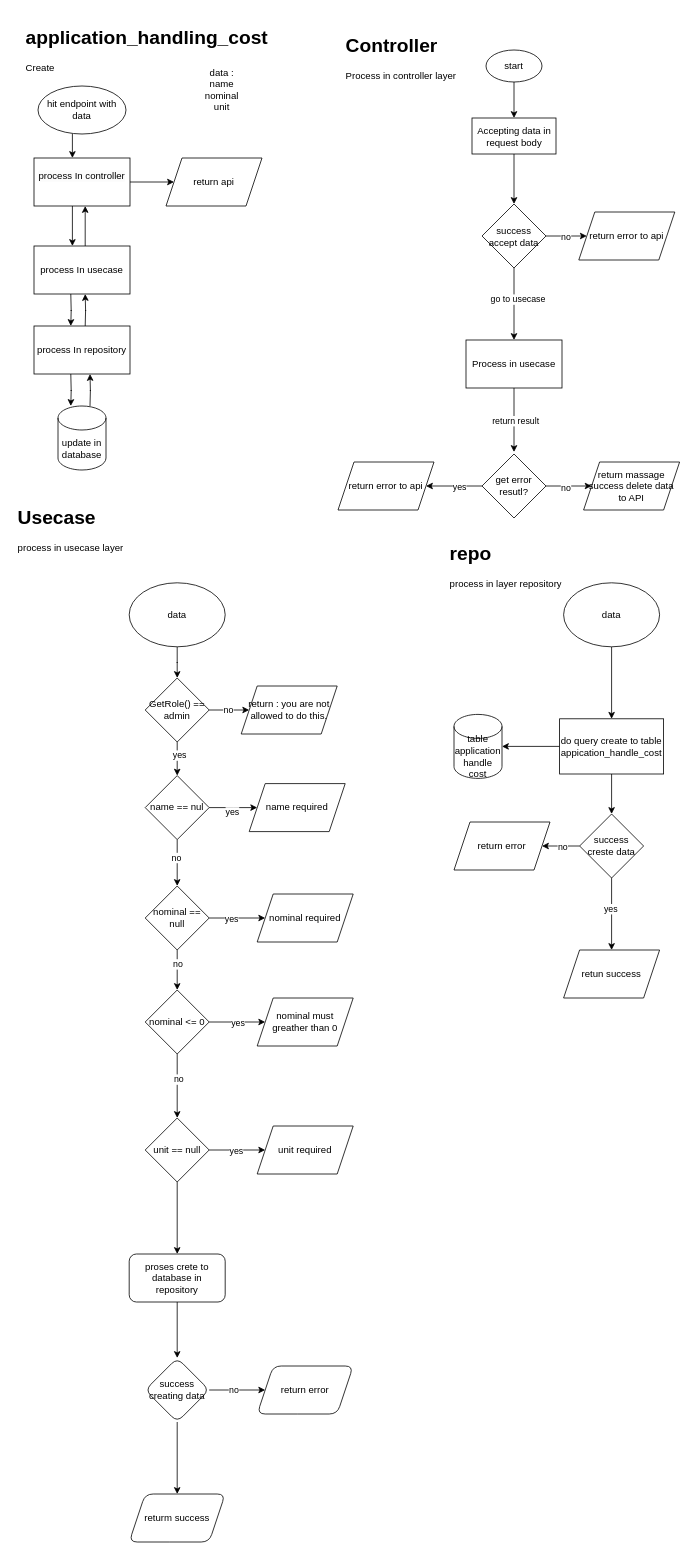
Before: page "create" (1 of 4) of application handling cost.drawio in MasEBTa/drawio, a draw.io diagram. Source tidied: cells renumbered, new cells numbered last; positions are measured from the earlier drawing's top-left corner, leaving out a move shared by most shapes. Both pictures are drawn from the tidied source at 80%, with x=0, y=0 at pixel (14, 22).
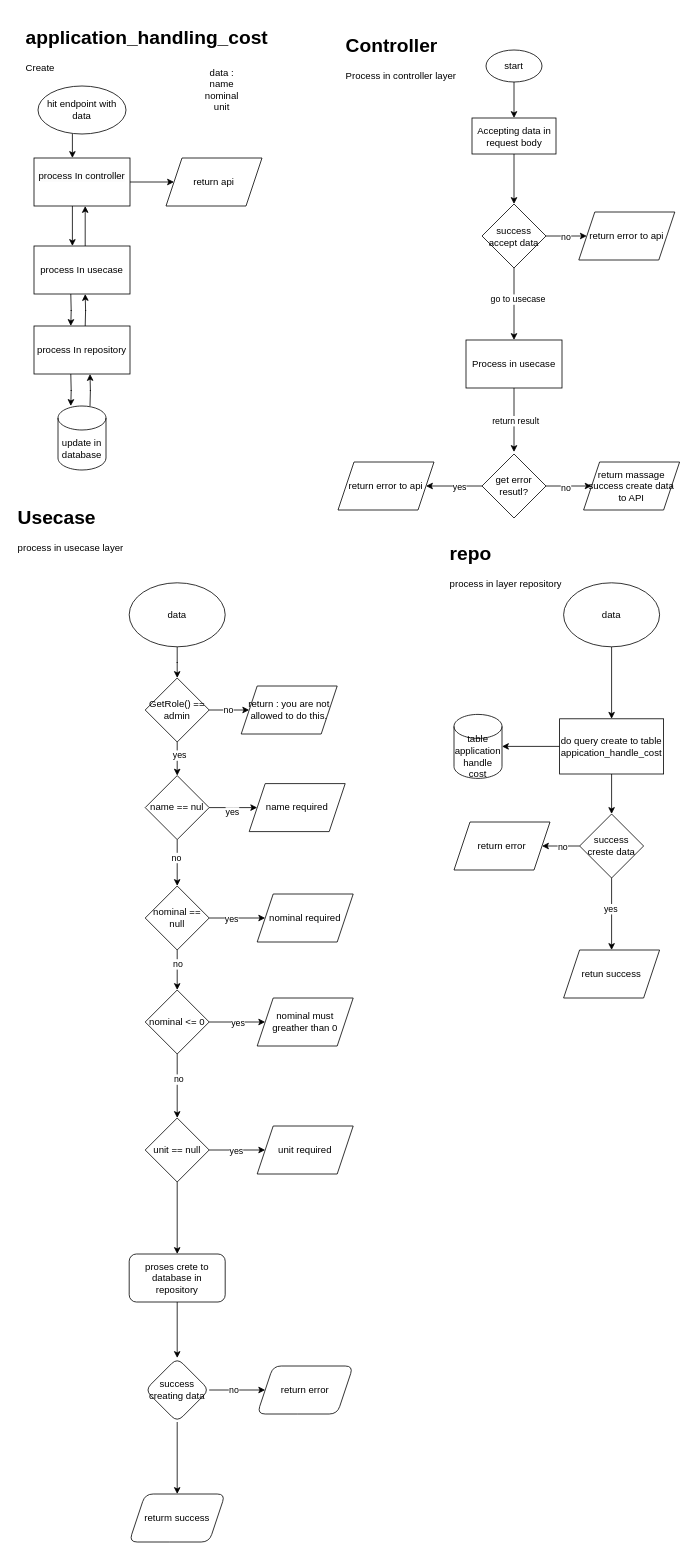
Above is the later version.

Diff of the diagram source:
```diff
@@
-    <mxCell id="38" value="return massage success delete data to API" style="shape=parallelogram;perimeter=parallelogramPerimeter;whiteSpace=wrap;html=1;fixedSize=1;" parent="1" vertex="1">
+    <mxCell id="38" value="return massage success create data to API" style="shape=parallelogram;perimeter=parallelogramPerimeter;whiteSpace=wrap;html=1;fixedSize=1;" parent="1" vertex="1">
       <mxGeometry x="712" y="550" width="120" height="60" as="geometry" />
     </mxCell>
```
